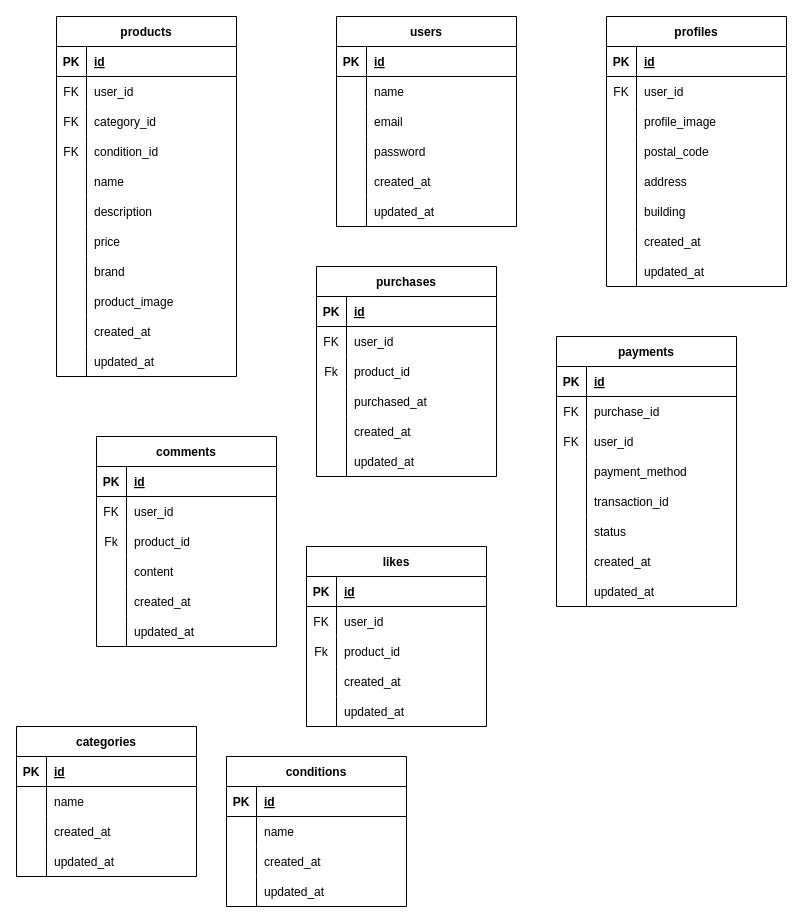
Above: src/Flea-Market-App.dio in Daisuke70/Flea-Market-App (draw.io), before the change. Source tidied: cells renumbered, new cells numbered last; positions are measured from the earlier drawing's top-left corner, leaving out a move shared by most shapes. Both pictures are drawn from the tidied source at 100%, with x=0, y=0 at pixel (16, 16).
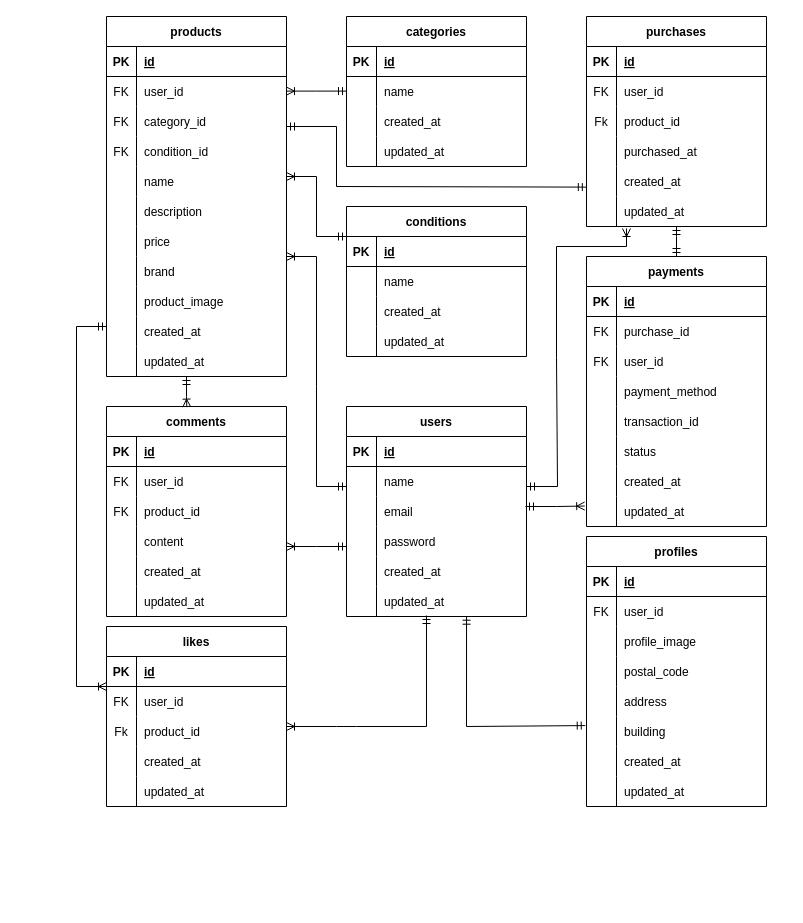
The same page after the edit.

Unchanged cells that the change refers to:
```xml
<mxCell id="52" style="shape=tableRow;horizontal=0;startSize=0;swimlaneHead=0;swimlaneBody=0;fillColor=none;points=[[0,0.5],[1,0.5]];portConstraint=eastwest;top=0;left=0;right=0;bottom=0;" parent="36" vertex="1">
  <mxGeometry y="180" width="180" height="30" as="geometry" />
</mxCell>
<mxCell id="71" style="shape=tableRow;horizontal=0;startSize=0;swimlaneHead=0;swimlaneBody=0;fillColor=none;points=[[0,0.5],[1,0.5]];portConstraint=eastwest;top=0;left=0;right=0;bottom=0;" parent="55" vertex="1">
  <mxGeometry y="180" width="180" height="30" as="geometry" />
</mxCell>
<mxCell id="93" style="shape=tableRow;horizontal=0;startSize=0;swimlaneHead=0;swimlaneBody=0;fillColor=none;points=[[0,0.5],[1,0.5]];portConstraint=eastwest;top=0;left=0;right=0;bottom=0;" parent="80" vertex="1">
  <mxGeometry y="150" width="180" height="30" as="geometry" />
</mxCell>
<mxCell id="106" style="shape=tableRow;horizontal=0;startSize=0;swimlaneHead=0;swimlaneBody=0;fillColor=none;top=0;left=0;right=0;bottom=0;" parent="99" vertex="1">
  <mxGeometry y="90" width="180" height="30" as="geometry" />
</mxCell>
<mxCell id="122" style="shape=tableRow;horizontal=0;startSize=0;swimlaneHead=0;swimlaneBody=0;fillColor=none;points=[[0,0.5],[1,0.5]];portConstraint=eastwest;top=0;left=0;right=0;bottom=0;" parent="118" vertex="1">
  <mxGeometry y="60" width="180" height="30" as="geometry" />
</mxCell>
<mxCell id="156" style="shape=tableRow;horizontal=0;startSize=0;swimlaneHead=0;swimlaneBody=0;fillColor=none;points=[[0,0.5],[1,0.5]];portConstraint=eastwest;top=0;left=0;right=0;bottom=0;" parent="134" vertex="1">
  <mxGeometry y="240" width="180" height="30" as="geometry" />
</mxCell>
```

What changed in the source:
```diff
@@
     <mxCell id="2" value="products" style="shape=table;startSize=30;childLayout=tableLayout;rowLines=0;fontStyle=1;align=center;" parent="1" vertex="1">
-      <mxGeometry x="40" width="180" height="360" as="geometry" />
+      <mxGeometry x="90" width="180" height="360" as="geometry" />
     </mxCell>
@@
     <mxCell id="36" value="users" style="shape=table;startSize=30;childLayout=tableLayout;rowLines=0;fontStyle=1;align=center;" parent="1" vertex="1">
-      <mxGeometry x="320" width="180" height="210" as="geometry" />
+      <mxGeometry x="330" y="390" width="180" height="210" as="geometry" />
     </mxCell>
@@
     <mxCell id="55" value="profiles" style="shape=table;startSize=30;childLayout=tableLayout;rowLines=0;fontStyle=1;align=center;" parent="1" vertex="1">
-      <mxGeometry x="590" width="180" height="270" as="geometry" />
+      <mxGeometry x="570" y="520" width="180" height="270" as="geometry" />
     </mxCell>
@@
     <mxCell id="80" value="purchases" style="shape=table;startSize=30;childLayout=tableLayout;rowLines=0;fontStyle=1;align=center;" parent="1" vertex="1">
-      <mxGeometry x="300" y="250" width="180" height="210" as="geometry" />
+      <mxGeometry x="570" width="180" height="210" as="geometry" />
     </mxCell>
@@
     <mxCell id="99" value="comments" style="shape=table;startSize=30;childLayout=tableLayout;rowLines=0;fontStyle=1;align=center;" parent="1" vertex="1">
-      <mxGeometry x="80" y="420" width="180" height="210" as="geometry" />
+      <mxGeometry x="90" y="390" width="180" height="210" as="geometry" />
     </mxCell>
@@
-    <mxCell id="107" value="Fk" style="shape=partialRectangle;fillColor=none;top=0;left=0;bottom=0;right=0;overflow=hidden;" parent="106" vertex="1">
+    <mxCell id="107" value="FK" style="shape=partialRectangle;fillColor=none;top=0;left=0;bottom=0;right=0;overflow=hidden;" parent="106" vertex="1">
       <mxGeometry width="30" height="30" as="geometry" />
     </mxCell>
@@
     <mxCell id="118" value="likes" style="shape=table;startSize=30;childLayout=tableLayout;rowLines=0;fontStyle=1;align=center;" parent="1" vertex="1">
-      <mxGeometry x="290" y="530" width="180" height="180" as="geometry" />
+      <mxGeometry x="90" y="610" width="180" height="180" as="geometry" />
     </mxCell>
@@
     <mxCell id="134" value="payments" style="shape=table;startSize=30;childLayout=tableLayout;rowLines=0;fontStyle=1;align=center;" parent="1" vertex="1">
-      <mxGeometry x="540" y="320" width="180" height="270" as="geometry" />
+      <mxGeometry x="570" y="240" width="180" height="270" as="geometry" />
     </mxCell>
@@
     <mxCell id="159" value="conditions" style="shape=table;startSize=30;childLayout=tableLayout;rowLines=0;fontStyle=1;align=center;" parent="1" vertex="1">
-      <mxGeometry x="210" y="740" width="180" height="150" as="geometry" />
+      <mxGeometry x="330" y="190" width="180" height="150" as="geometry" />
     </mxCell>
@@
     <mxCell id="172" value="categories" style="shape=table;startSize=30;childLayout=tableLayout;rowLines=0;fontStyle=1;align=center;" parent="1" vertex="1">
-      <mxGeometry y="710" width="180" height="150" as="geometry" />
+      <mxGeometry x="330" width="180" height="150" as="geometry" />
     </mxCell>
@@
+    <mxCell id="185" style="fontSize=12;html=1;endArrow=ERoneToMany;rounded=0;startArrow=ERmandOne;startFill=0;" parent="1" edge="1">
+      <mxGeometry relative="1" as="geometry">
+        <mxPoint x="330" y="470" as="sourcePoint" />
+        <mxPoint x="270" y="240" as="targetPoint" />
+        <Array as="points">
+          <mxPoint x="300" y="470" />
+          <mxPoint x="300" y="370" />
+          <mxPoint x="300" y="240" />
+        </Array>
+      </mxGeometry>
+    </mxCell>
+    <mxCell id="186" style="fontSize=12;html=1;endArrow=ERoneToMany;rounded=0;startArrow=ERmandOne;startFill=0;" parent="1" edge="1">
+      <mxGeometry relative="1" as="geometry">
+        <mxPoint x="510" y="470" as="sourcePoint" />
+        <mxPoint x="610" y="212" as="targetPoint" />
+        <Array as="points">
+          <mxPoint x="541" y="470" />
+          <mxPoint x="540" y="341" />
+          <mxPoint x="540" y="230" />
+          <mxPoint x="610" y="230" />
+        </Array>
+      </mxGeometry>
+    </mxCell>
+    <mxCell id="187" style="fontSize=12;html=1;endArrow=ERoneToMany;rounded=0;startArrow=ERmandOne;startFill=0;" parent="1" edge="1">
+      <mxGeometry relative="1" as="geometry">
+        <mxPoint x="330" y="530" as="sourcePoint" />
+        <mxPoint x="270" y="530" as="targetPoint" />
+        <Array as="points">
+          <mxPoint x="300" y="530" />
+        </Array>
+      </mxGeometry>
+    </mxCell>
+    <mxCell id="188" style="fontSize=12;html=1;endArrow=ERoneToMany;rounded=0;startArrow=ERmandOne;startFill=0;" parent="1" edge="1">
+      <mxGeometry relative="1" as="geometry">
+        <mxPoint x="410" y="599" as="sourcePoint" />
+        <mxPoint x="270" y="710" as="targetPoint" />
+        <Array as="points">
+          <mxPoint x="410" y="710" />
+          <mxPoint x="340" y="710" />
+          <mxPoint x="320" y="710" />
+        </Array>
+      </mxGeometry>
+    </mxCell>
+    <mxCell id="189" style="fontSize=12;html=1;endArrow=ERoneToMany;rounded=0;startArrow=ERmandOne;startFill=0;entryX=-0.01;entryY=0.318;entryDx=0;entryDy=0;entryPerimeter=0;" parent="1" edge="1" target="156">
+      <mxGeometry relative="1" as="geometry">
+        <mxPoint x="509" y="490" as="sourcePoint" />
+        <Array as="points">
+          <mxPoint x="540" y="490" />
+        </Array>
+      </mxGeometry>
+    </mxCell>
+    <mxCell id="190" style="fontSize=12;html=1;endArrow=ERmandOne;rounded=0;exitX=0.667;exitY=0.99;exitDx=0;exitDy=0;exitPerimeter=0;entryX=-0.007;entryY=0.303;entryDx=0;entryDy=0;entryPerimeter=0;endFill=0;startArrow=ERmandOne;startFill=0;" parent="1" edge="1" source="52" target="71">
+      <mxGeometry relative="1" as="geometry">
+        <Array as="points">
+          <mxPoint x="450" y="710" />
+        </Array>
+      </mxGeometry>
+    </mxCell>
+    <mxCell id="191" style="fontSize=12;html=1;endArrow=ERoneToMany;rounded=0;startArrow=ERmandOne;startFill=0;" parent="1" edge="1">
+      <mxGeometry relative="1" as="geometry">
+        <mxPoint x="330" y="74.6" as="sourcePoint" />
+        <mxPoint x="270" y="74.6" as="targetPoint" />
+        <Array as="points">
+          <mxPoint x="300" y="74.6" />
+        </Array>
+      </mxGeometry>
+    </mxCell>
+    <mxCell id="192" style="fontSize=12;html=1;endArrow=ERoneToMany;rounded=0;startArrow=ERmandOne;startFill=0;" parent="1" edge="1">
+      <mxGeometry relative="1" as="geometry">
+        <mxPoint x="330" y="220" as="sourcePoint" />
+        <mxPoint x="270" y="160" as="targetPoint" />
+        <Array as="points">
+          <mxPoint x="300" y="220" />
+          <mxPoint x="300" y="160" />
+        </Array>
+      </mxGeometry>
+    </mxCell>
+    <mxCell id="193" style="fontSize=12;html=1;endArrow=ERmandOne;rounded=0;entryX=-0.001;entryY=0.687;entryDx=0;entryDy=0;entryPerimeter=0;endFill=0;startArrow=ERmandOne;startFill=0;" parent="1" edge="1" target="93">
+      <mxGeometry relative="1" as="geometry">
+        <mxPoint x="270" y="110" as="sourcePoint" />
+        <Array as="points">
+          <mxPoint x="320" y="110" />
+          <mxPoint x="320" y="170" />
+        </Array>
+      </mxGeometry>
+    </mxCell>
+    <mxCell id="194" style="fontSize=12;html=1;endArrow=ERoneToMany;rounded=0;startArrow=ERmandOne;startFill=0;entryX=0.446;entryY=0.003;entryDx=0;entryDy=0;entryPerimeter=0;" parent="1" edge="1" target="99">
+      <mxGeometry relative="1" as="geometry">
+        <mxPoint x="170" y="360" as="sourcePoint" />
+        <Array as="points">
+          <mxPoint x="170" y="380" />
+        </Array>
+      </mxGeometry>
+    </mxCell>
+    <mxCell id="195" style="fontSize=12;html=1;endArrow=ERoneToMany;rounded=0;startArrow=ERmandOne;startFill=0;entryX=0;entryY=0;entryDx=0;entryDy=0;entryPerimeter=0;" parent="1" edge="1" target="122">
+      <mxGeometry relative="1" as="geometry">
+        <mxPoint x="90" y="310" as="sourcePoint" />
+        <Array as="points">
+          <mxPoint x="60" y="310" />
+          <mxPoint x="60" y="670" />
+        </Array>
+      </mxGeometry>
+    </mxCell>
+    <mxCell id="196" style="fontSize=12;html=1;endArrow=ERmandOne;rounded=0;exitX=0.667;exitY=0.99;exitDx=0;exitDy=0;exitPerimeter=0;endFill=0;startArrow=ERmandOne;startFill=0;" parent="1" edge="1" target="134">
+      <mxGeometry relative="1" as="geometry">
+        <mxPoint x="660" y="210" as="sourcePoint" />
+        <Array as="points">
+          <mxPoint x="660" y="220" />
+        </Array>
+      </mxGeometry>
+    </mxCell>
```
